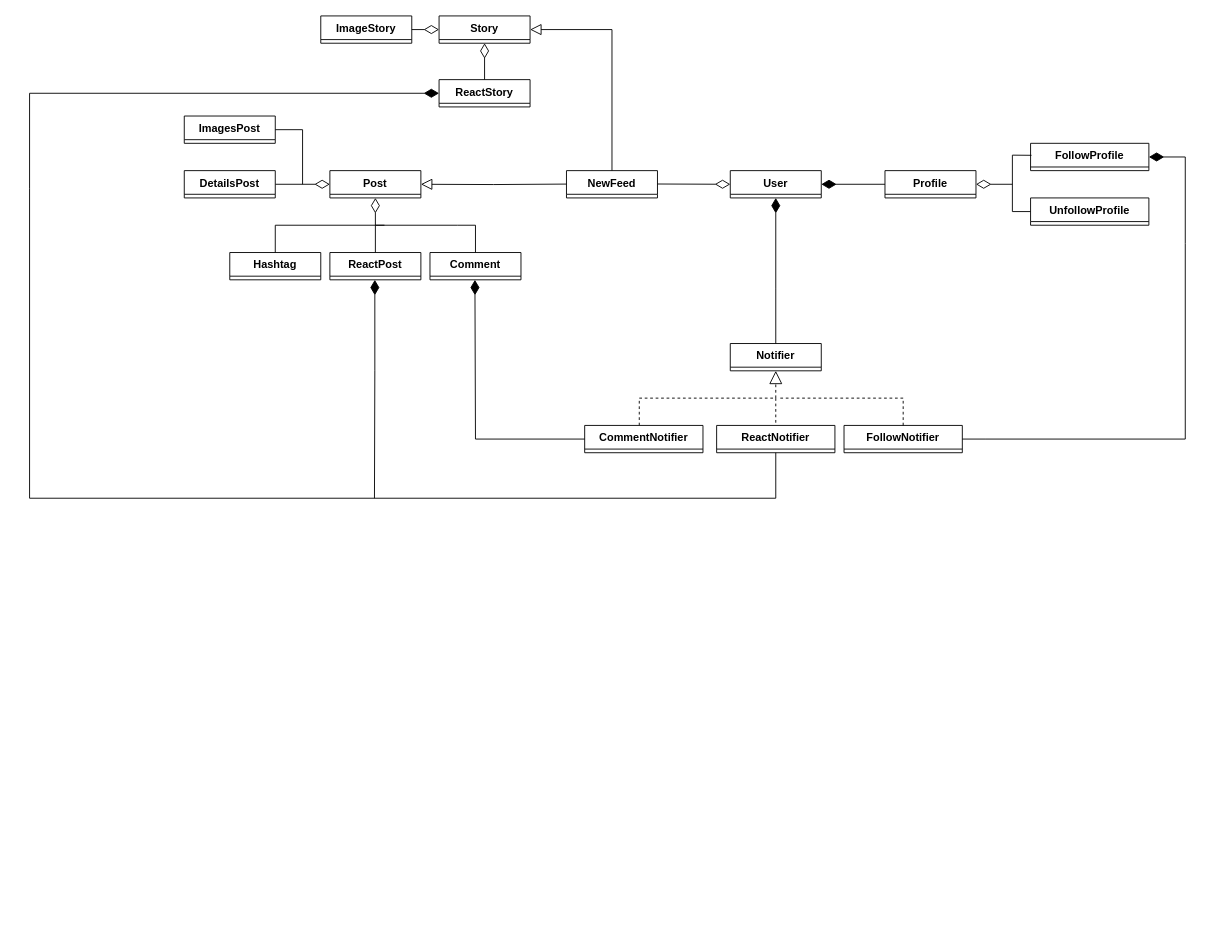
Earlier version of the draw.io diagram page "Class Diagram" (2 of 2) of docs/fecth-instagram-.drawio (200Lab-Capybara/instagram). Source tidied: cells renumbered, new cells numbered last; positions are measured from the earlier drawing's top-left corner, leaving out a move shared by most shapes. Both pictures are drawn from the tidied source at 91%, with x=0, y=0 at pixel (29, 15).
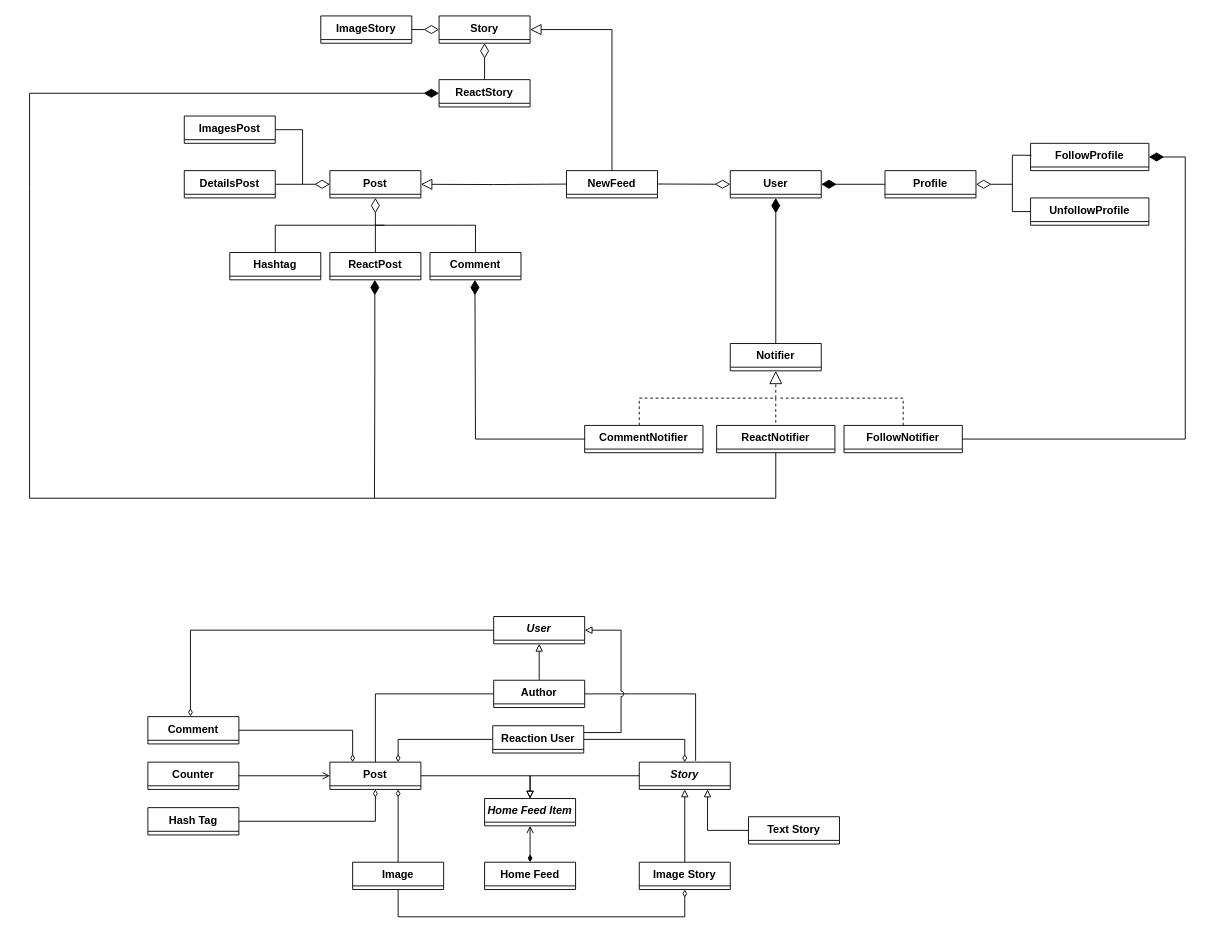
The same page after the edit.

Commit message:
doc: update class diagram

Change to the diagram source:
```diff
@@
+    <mxCell id="42" style="edgeStyle=orthogonalEdgeStyle;rounded=0;jettySize=auto;html=1;exitX=1;exitY=0.5;exitDx=0;exitDy=0;endArrow=block;endFill=0;" parent="1" edge="1" source="44" target="67">
+      <mxGeometry relative="1" as="geometry" />
+    </mxCell>
+    <mxCell id="43" style="edgeStyle=orthogonalEdgeStyle;rounded=0;jettySize=auto;html=1;exitX=0.75;exitY=0;exitDx=0;exitDy=0;entryX=0;entryY=0.5;entryDx=0;entryDy=0;endArrow=none;endFill=0;startArrow=diamondThin;startFill=0;" parent="1" edge="1" source="44" target="70">
+      <mxGeometry relative="1" as="geometry" />
+    </mxCell>
+    <mxCell id="44" value="Post&lt;div&gt;&lt;br&gt;&lt;/div&gt;" style="swimlane;fontStyle=1;align=center;verticalAlign=top;horizontal=1;startSize=26;whiteSpace=wrap;html=1;" parent="1" vertex="1" collapsed="1">
+      <mxGeometry x="330" y="820" width="100" height="30" as="geometry" />
+    </mxCell>
+    <mxCell id="45" style="edgeStyle=orthogonalEdgeStyle;rounded=0;jettySize=auto;html=1;endArrow=open;endFill=0;" parent="1" edge="1" source="47" target="44">
+      <mxGeometry relative="1" as="geometry" />
+    </mxCell>
+    <mxCell id="46" style="edgeStyle=orthogonalEdgeStyle;rounded=0;jettySize=auto;html=1;entryX=0;entryY=0.5;entryDx=0;entryDy=0;endArrow=none;endFill=0;startArrow=diamondThin;startFill=0;exitX=0.468;exitY=-0.009;exitDx=0;exitDy=0;exitPerimeter=0;" parent="1" edge="1" source="54" target="64">
+      <mxGeometry relative="1" as="geometry">
+        <Array as="points">
+          <mxPoint x="177" y="675" />
+        </Array>
+      </mxGeometry>
+    </mxCell>
+    <mxCell id="47" value="Counter" style="swimlane;fontStyle=1;align=center;verticalAlign=top;horizontal=1;startSize=26;whiteSpace=wrap;html=1;" parent="1" vertex="1" collapsed="1">
+      <mxGeometry x="130" y="820" width="100" height="30" as="geometry" />
+    </mxCell>
+    <mxCell id="48" style="edgeStyle=orthogonalEdgeStyle;rounded=0;jettySize=auto;html=1;endArrow=diamondThin;endFill=0;" parent="1" edge="1" source="49" target="44">
+      <mxGeometry relative="1" as="geometry" />
+    </mxCell>
+    <mxCell id="49" value="Hash Tag" style="swimlane;fontStyle=1;align=center;verticalAlign=top;horizontal=1;startSize=26;whiteSpace=wrap;html=1;" parent="1" vertex="1" collapsed="1">
+      <mxGeometry x="130" y="870" width="100" height="30" as="geometry" />
+    </mxCell>
+    <mxCell id="50" style="edgeStyle=orthogonalEdgeStyle;rounded=0;jettySize=auto;html=1;exitX=0.5;exitY=0;exitDx=0;exitDy=0;entryX=0.75;entryY=1;entryDx=0;entryDy=0;endArrow=diamondThin;endFill=0;" parent="1" edge="1" source="52" target="44">
+      <mxGeometry relative="1" as="geometry" />
+    </mxCell>
+    <mxCell id="51" style="edgeStyle=orthogonalEdgeStyle;rounded=0;jettySize=auto;html=1;entryX=0.5;entryY=1;entryDx=0;entryDy=0;endArrow=diamondThin;endFill=0;" parent="1" edge="1" source="52" target="61">
+      <mxGeometry relative="1" as="geometry">
+        <Array as="points">
+          <mxPoint x="405" y="990" />
+          <mxPoint x="720" y="990" />
+        </Array>
+      </mxGeometry>
+    </mxCell>
+    <mxCell id="52" value="Image" style="swimlane;fontStyle=1;align=center;verticalAlign=top;horizontal=1;startSize=26;whiteSpace=wrap;html=1;" parent="1" vertex="1" collapsed="1">
+      <mxGeometry x="355" y="930" width="100" height="30" as="geometry" />
+    </mxCell>
+    <mxCell id="53" style="edgeStyle=orthogonalEdgeStyle;rounded=0;jettySize=auto;html=1;entryX=0.25;entryY=0;entryDx=0;entryDy=0;endArrow=diamondThin;endFill=0;" parent="1" edge="1" source="54" target="44">
+      <mxGeometry relative="1" as="geometry" />
+    </mxCell>
+    <mxCell id="54" value="Comment" style="swimlane;fontStyle=1;align=center;verticalAlign=top;horizontal=1;startSize=26;whiteSpace=wrap;html=1;" parent="1" vertex="1" collapsed="1">
+      <mxGeometry x="130" y="770" width="100" height="30" as="geometry" />
+    </mxCell>
+    <mxCell id="55" style="edgeStyle=orthogonalEdgeStyle;rounded=0;jettySize=auto;html=1;exitX=0;exitY=0.5;exitDx=0;exitDy=0;endArrow=block;endFill=0;" parent="1" edge="1" source="56" target="67">
+      <mxGeometry relative="1" as="geometry" />
+    </mxCell>
+    <mxCell id="56" value="&lt;div&gt;&lt;i&gt;Story&lt;/i&gt;&lt;/div&gt;" style="swimlane;fontStyle=1;align=center;verticalAlign=top;horizontal=1;startSize=26;whiteSpace=wrap;html=1;" parent="1" vertex="1" collapsed="1">
+      <mxGeometry x="670" y="820" width="100" height="30" as="geometry" />
+    </mxCell>
+    <mxCell id="57" style="edgeStyle=orthogonalEdgeStyle;rounded=0;jettySize=auto;html=1;entryX=0.619;entryY=-0.047;entryDx=0;entryDy=0;endArrow=none;endFill=0;entryPerimeter=0;jumpStyle=arc;" parent="1" edge="1" source="59" target="56">
+      <mxGeometry relative="1" as="geometry" />
+    </mxCell>
+    <mxCell id="58" style="edgeStyle=orthogonalEdgeStyle;rounded=0;jettySize=auto;html=1;exitX=0.5;exitY=0;exitDx=0;exitDy=0;endArrow=block;endFill=0;" parent="1" edge="1" source="59" target="64">
+      <mxGeometry relative="1" as="geometry" />
+    </mxCell>
+    <mxCell id="59" value="Author&lt;div&gt;&lt;br&gt;&lt;/div&gt;" style="swimlane;fontStyle=1;align=center;verticalAlign=top;horizontal=1;startSize=26;whiteSpace=wrap;html=1;" parent="1" vertex="1" collapsed="1">
+      <mxGeometry x="510" y="730" width="100" height="30" as="geometry" />
+    </mxCell>
+    <mxCell id="60" style="edgeStyle=orthogonalEdgeStyle;rounded=0;jettySize=auto;html=1;exitX=0.5;exitY=0;exitDx=0;exitDy=0;endArrow=block;endFill=0;entryX=0.5;entryY=1;entryDx=0;entryDy=0;" parent="1" edge="1" source="61" target="56">
+      <mxGeometry relative="1" as="geometry" />
+    </mxCell>
+    <mxCell id="61" value="Image Story" style="swimlane;fontStyle=1;align=center;verticalAlign=top;horizontal=1;startSize=26;whiteSpace=wrap;html=1;" parent="1" vertex="1" collapsed="1">
+      <mxGeometry x="670" y="930" width="100" height="30" as="geometry" />
+    </mxCell>
+    <mxCell id="62" style="edgeStyle=orthogonalEdgeStyle;rounded=0;jettySize=auto;html=1;exitX=0;exitY=0.5;exitDx=0;exitDy=0;entryX=0.75;entryY=1;entryDx=0;entryDy=0;endArrow=block;endFill=0;" parent="1" edge="1" source="63" target="56">
+      <mxGeometry relative="1" as="geometry">
+        <Array as="points">
+          <mxPoint x="745" y="895" />
+        </Array>
+      </mxGeometry>
+    </mxCell>
+    <mxCell id="63" value="Text Story" style="swimlane;fontStyle=1;align=center;verticalAlign=top;horizontal=1;startSize=26;whiteSpace=wrap;html=1;" parent="1" vertex="1" collapsed="1">
+      <mxGeometry x="790" y="880" width="100" height="30" as="geometry" />
+    </mxCell>
+    <mxCell id="64" value="&lt;i&gt;User&lt;/i&gt;" style="swimlane;fontStyle=1;align=center;verticalAlign=top;horizontal=1;startSize=26;whiteSpace=wrap;html=1;" parent="1" vertex="1" collapsed="1">
+      <mxGeometry x="510" y="660" width="100" height="30" as="geometry" />
+    </mxCell>
+    <mxCell id="65" style="edgeStyle=orthogonalEdgeStyle;rounded=0;jettySize=auto;html=1;exitX=0.5;exitY=0;exitDx=0;exitDy=0;endArrow=open;endFill=0;startArrow=diamondThin;startFill=1;" parent="1" edge="1" source="66" target="67">
+      <mxGeometry relative="1" as="geometry" />
+    </mxCell>
+    <mxCell id="66" value="Home Feed" style="swimlane;fontStyle=1;align=center;verticalAlign=top;horizontal=1;startSize=26;whiteSpace=wrap;html=1;" parent="1" vertex="1" collapsed="1">
+      <mxGeometry x="500" y="930" width="100" height="30" as="geometry" />
+    </mxCell>
+    <mxCell id="67" value="&lt;i&gt;Home Feed Item&lt;/i&gt;" style="swimlane;fontStyle=1;align=center;verticalAlign=top;horizontal=1;startSize=26;whiteSpace=wrap;html=1;" parent="1" vertex="1" collapsed="1">
+      <mxGeometry x="500" y="860" width="100" height="30" as="geometry" />
+    </mxCell>
+    <mxCell id="68" style="edgeStyle=orthogonalEdgeStyle;rounded=0;jettySize=auto;html=1;entryX=0.5;entryY=0;entryDx=0;entryDy=0;endArrow=none;endFill=0;startArrow=none;startFill=0;exitX=0;exitY=0.5;exitDx=0;exitDy=0;" parent="1" edge="1" source="59" target="44">
+      <mxGeometry relative="1" as="geometry" />
+    </mxCell>
+    <mxCell id="69" style="edgeStyle=orthogonalEdgeStyle;rounded=0;jettySize=auto;html=1;exitX=1;exitY=0.25;exitDx=0;exitDy=0;entryX=1;entryY=0.5;entryDx=0;entryDy=0;endArrow=block;endFill=0;jumpStyle=arc;" parent="1" edge="1" source="70" target="64">
+      <mxGeometry relative="1" as="geometry">
+        <Array as="points">
+          <mxPoint x="650" y="787" />
+          <mxPoint x="650" y="675" />
+        </Array>
+      </mxGeometry>
+    </mxCell>
+    <mxCell id="70" value="&lt;div&gt;Reaction User&lt;/div&gt;" style="swimlane;fontStyle=1;align=center;verticalAlign=top;horizontal=1;startSize=26;whiteSpace=wrap;html=1;" parent="1" vertex="1" collapsed="1">
+      <mxGeometry x="509" y="780" width="100" height="30" as="geometry" />
+    </mxCell>
+    <mxCell id="71" style="edgeStyle=orthogonalEdgeStyle;rounded=0;jettySize=auto;html=1;entryX=0.5;entryY=0;entryDx=0;entryDy=0;endArrow=diamondThin;endFill=0;jumpStyle=arc;" parent="1" edge="1" source="70" target="56">
+      <mxGeometry relative="1" as="geometry" />
+    </mxCell>
```
